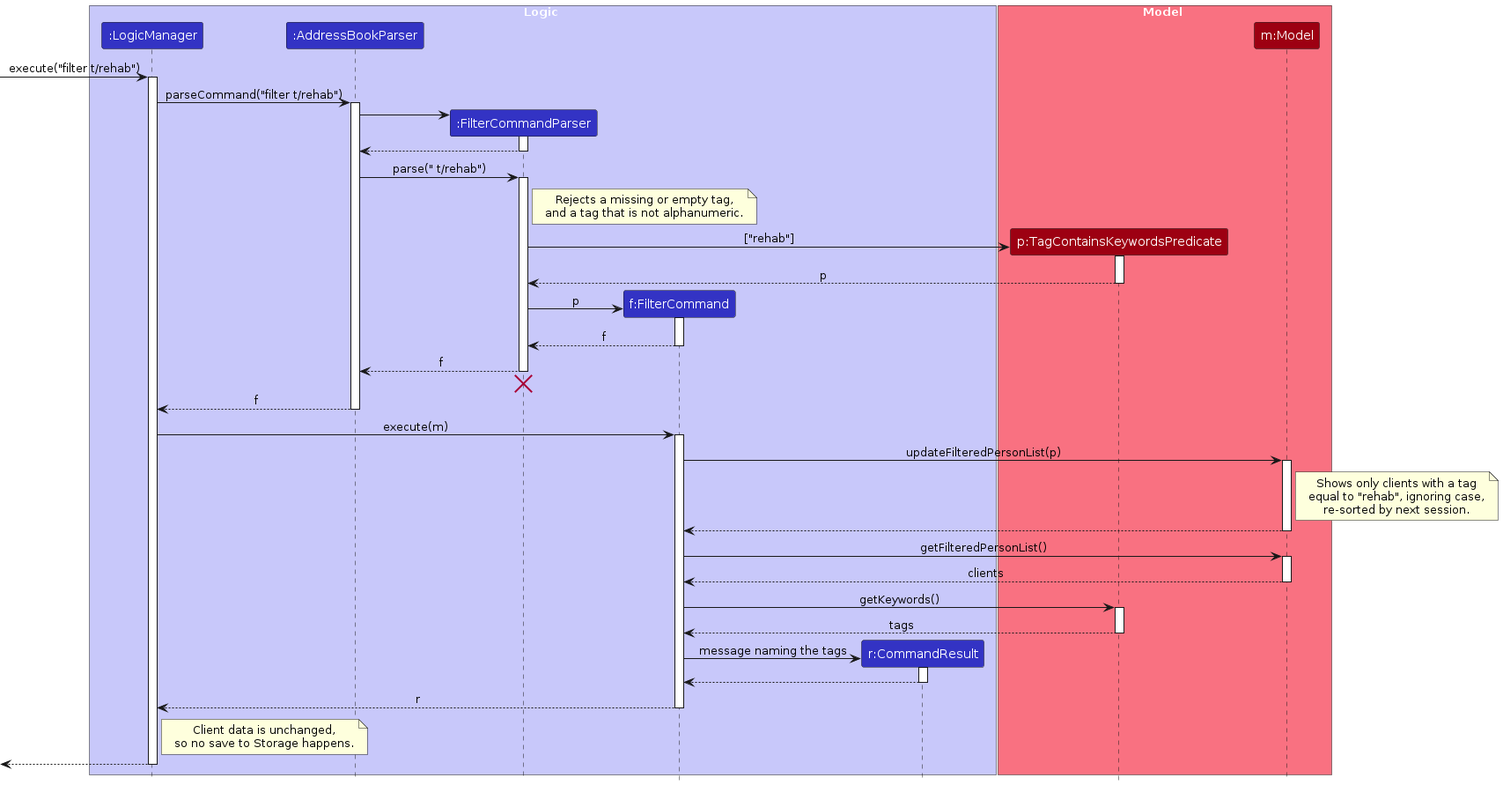
Before: diagrams/FilterSequenceDiagram.png, a diagram exported from PlantUML (AY2627S1-CS2103T-F14a-2/tp). Its source is kept beside it as diagrams/FilterSequenceDiagram.puml.
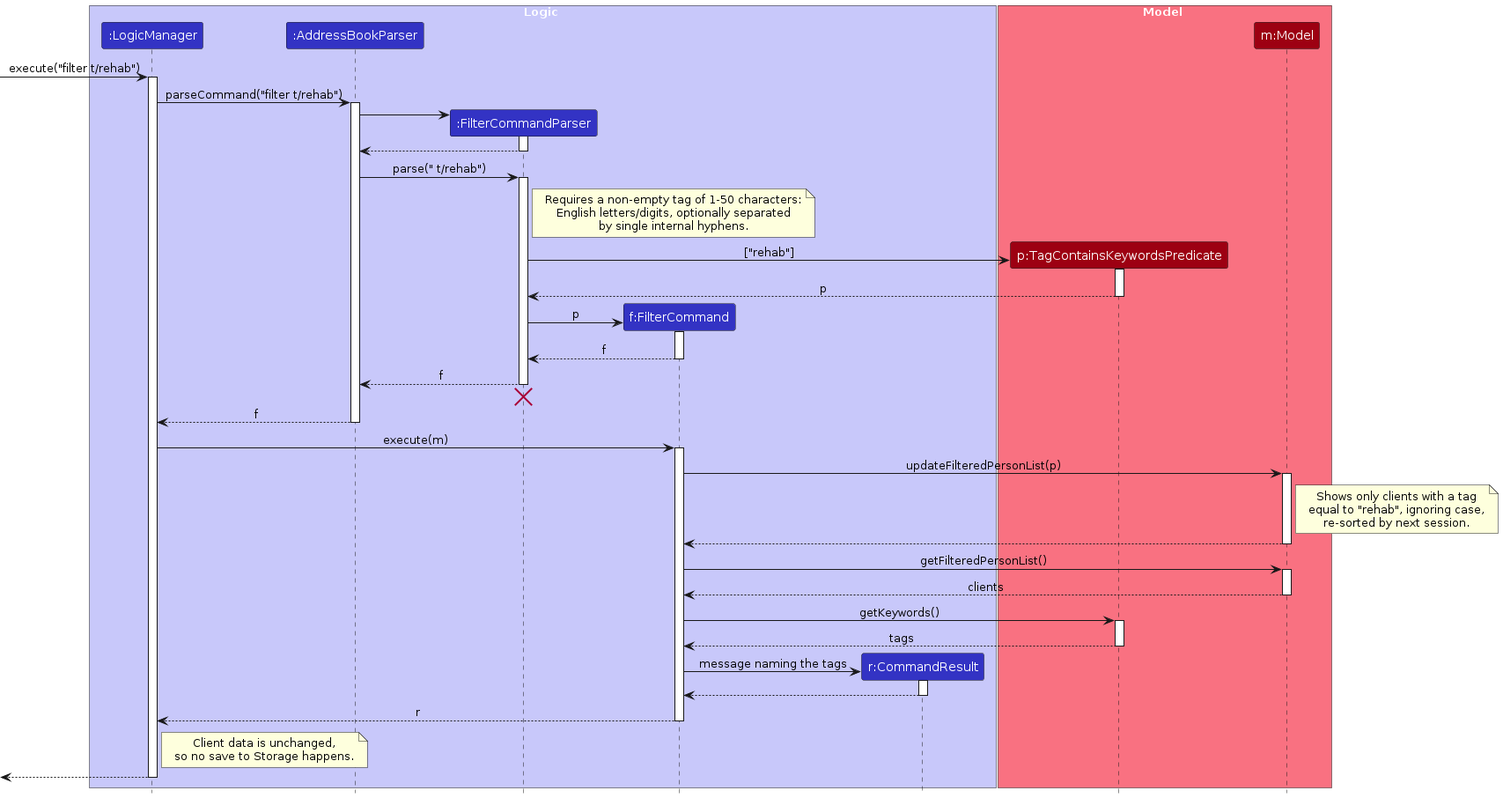
After the commit.

The edit, as a diff of the source:
```diff
@@ -32,8 +32,9 @@
 activate FilterCommandParser
 
 note right of FilterCommandParser
-  Rejects a missing or empty tag,
-  and a tag that is not alphanumeric.
+  Requires a non-empty tag of 1-50 characters:
+  English letters/digits, optionally separated
+  by single internal hyphens.
 end note
 
 create Predicate
```
